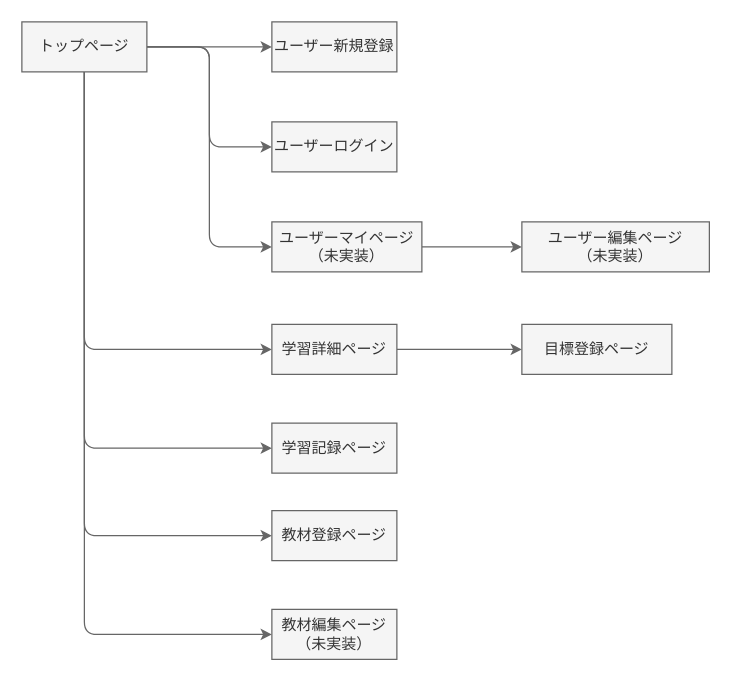
Earlier version of the draw.io diagram screen.dio (MashiKimura/learning). Source tidied: cells renumbered, new cells numbered last; positions are measured from the earlier drawing's top-left corner, leaving out a move shared by most shapes. Both pictures are drawn from the tidied source at 125%, with x=0, y=0 at pixel (21, 21).
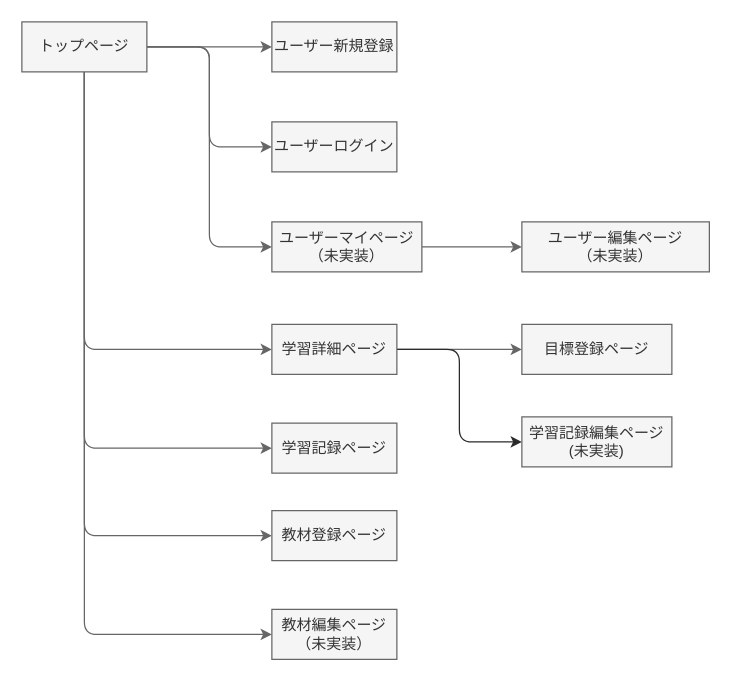
The same page after the edit.

Unchanged cells that the change refers to:
```xml
<mxCell id="15" value="学習詳細ページ" style="whiteSpace=wrap;html=1;align=center;fillColor=#f5f5f5;fontColor=#333333;strokeColor=#666666;" parent="1" vertex="1">
  <mxGeometry x="200" y="242" width="100" height="40" as="geometry" />
</mxCell>
```

The edit, as a diff of the source:
```diff
@@
+    <mxCell id="21" style="edgeStyle=orthogonalEdgeStyle;html=1;entryX=0;entryY=0.5;entryDx=0;entryDy=0;strokeColor=#2A2A2A;" parent="1" edge="1" source="15" target="22">
+      <mxGeometry relative="1" as="geometry" />
+    </mxCell>
@@
+    <mxCell id="22" value="学習記録編集ページ&lt;br&gt;(未実装)" style="whiteSpace=wrap;html=1;align=center;fillColor=#f5f5f5;fontColor=#333333;strokeColor=#666666;" parent="1" vertex="1">
+      <mxGeometry x="400" y="316" width="120" height="40" as="geometry" />
+    </mxCell>
```
